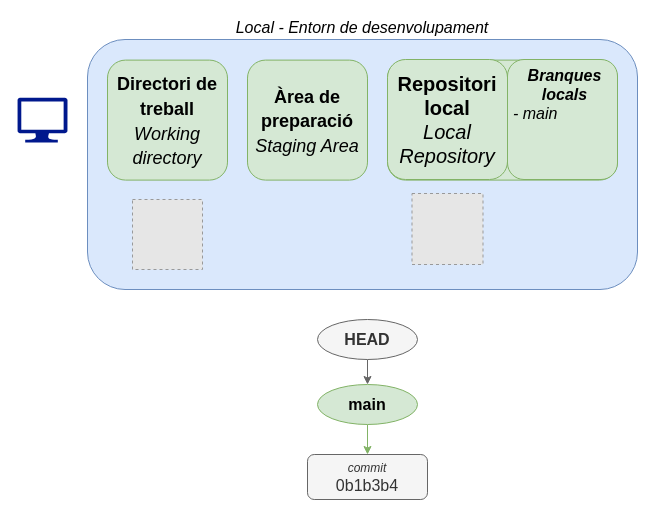
This is docs/apunts/img/branques/branques_inicial.drawio from joapuiib/curs-git, a draw.io file, before an edit. Source tidied: cells renumbered, new cells numbered last; positions are measured from the earlier drawing's top-left corner, leaving out a move shared by most shapes. Both pictures are drawn from the tidied source at 100%, with x=0, y=0 at pixel (17, 39). Pictures stored in the file or linked from it are replaced by grey dashed boxes.
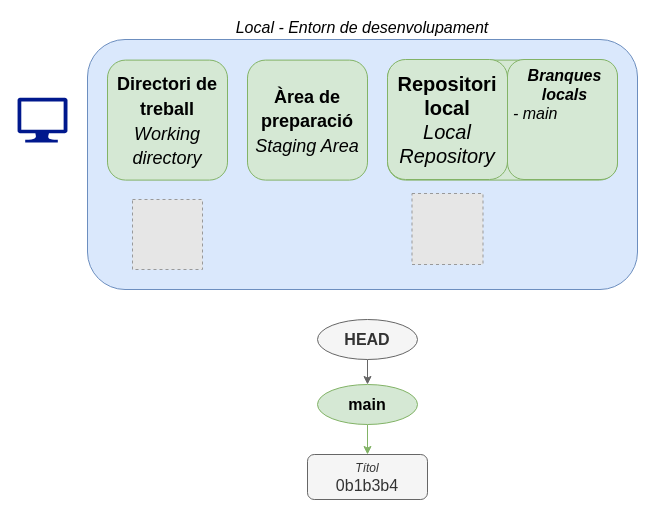
The same page after the edit.

Change to the diagram source:
```diff
@@
 <mxGraphModel>
   <root>
     <mxCell id="0" />
     <mxCell id="1" parent="0" />
     <mxCell id="2" value="&lt;i&gt;Local - Entorn de desenvolupament&lt;/i&gt;" style="rounded=1;whiteSpace=wrap;html=1;verticalAlign=bottom;labelPosition=center;verticalLabelPosition=top;align=center;textDirection=ltr;labelBackgroundColor=none;spacingTop=0;spacing=2;fontSize=16;fillColor=#dae8fc;strokeColor=#6c8ebf;" parent="1" vertex="1">
       <mxGeometry x="70" width="550" height="250" as="geometry" />
     </mxCell>
     <mxCell id="3" style="sketch=0;shadow=0;dashed=0;html=1;strokeColor=none;labelPosition=center;verticalLabelPosition=bottom;verticalAlign=top;align=center;fillColor=#00188D;shape=mxgraph.azure.computer;" parent="1" vertex="1">
       <mxGeometry y="58.1" width="50" height="45" as="geometry" />
     </mxCell>
     <mxCell id="4" style="rounded=1;whiteSpace=wrap;html=1;fontSize=20;fillColor=#d5e8d4;strokeColor=#82b366;" parent="1" vertex="1">
       <mxGeometry x="370" y="20.6" width="230" height="120" as="geometry" />
     </mxCell>
     <mxCell id="5" value="&lt;b&gt;Repositori local&lt;/b&gt;&lt;i&gt;&lt;br&gt;Local Repository&lt;/i&gt;" style="rounded=1;whiteSpace=wrap;html=1;fontSize=20;fillColor=#d5e8d4;strokeColor=#82b366;" parent="1" vertex="1">
       <mxGeometry x="370" y="20" width="120" height="120" as="geometry" />
     </mxCell>
     <mxCell id="6" value="&lt;b style=&quot;border-color: var(--border-color); font-size: 18px;&quot;&gt;Àrea de preparació&lt;/b&gt;&lt;br style=&quot;border-color: var(--border-color); font-size: 18px;&quot;&gt;&lt;i style=&quot;border-color: var(--border-color); font-size: 18px;&quot;&gt;Staging Area&lt;/i&gt;" style="rounded=1;whiteSpace=wrap;html=1;fontSize=20;fillColor=#d5e8d4;strokeColor=#82b366;" parent="1" vertex="1">
       <mxGeometry x="230" y="20.6" width="120" height="120" as="geometry" />
     </mxCell>
     <mxCell id="7" value="&lt;b style=&quot;border-color: var(--border-color); font-size: 18px;&quot;&gt;Directori de treball&lt;/b&gt;&lt;br style=&quot;border-color: var(--border-color); font-size: 18px;&quot;&gt;&lt;i style=&quot;border-color: var(--border-color); font-size: 18px;&quot;&gt;Working directory&lt;/i&gt;" style="rounded=1;whiteSpace=wrap;html=1;fontSize=20;fillColor=#d5e8d4;strokeColor=#82b366;" parent="1" vertex="1">
       <mxGeometry x="90" y="20.6" width="120" height="120" as="geometry" />
     </mxCell>
     <mxCell id="8" style="fillColor=#E6E6E6;strokeColor=#999999;dashed=1;verticalLabelPosition=bottom;verticalAlign=top;" parent="1" vertex="1">
       <mxGeometry x="115" y="160" width="70" height="70" as="geometry" />
     </mxCell>
     <mxCell id="9" style="fillColor=#E6E6E6;strokeColor=#999999;dashed=1;verticalLabelPosition=bottom;verticalAlign=top;" parent="1" vertex="1">
       <mxGeometry x="394.5" y="154" width="71" height="71" as="geometry" />
     </mxCell>
     <mxCell id="10" value="&lt;i style=&quot;&quot;&gt;&lt;b style=&quot;font-size: 16px;&quot;&gt;Branques locals&lt;/b&gt;&lt;br style=&quot;font-size: 16px;&quot;&gt;&lt;div style=&quot;text-align: left;&quot;&gt;&lt;span style=&quot;background-color: initial;&quot;&gt;- main&lt;/span&gt;&lt;br&gt;&lt;/div&gt;&lt;/i&gt;" style="rounded=1;whiteSpace=wrap;html=1;fontSize=16;fillColor=#d5e8d4;strokeColor=#82b366;verticalAlign=top;spacingLeft=5;" parent="1" vertex="1">
       <mxGeometry x="490" y="20" width="110" height="120" as="geometry" />
     </mxCell>
-    <mxCell id="11" value="&lt;div style=&quot;line-height: 100%;&quot;&gt;&lt;font style=&quot;font-size: 12px;&quot;&gt;&lt;i&gt;commit&lt;/i&gt;&lt;/font&gt;&lt;/div&gt;0b1b3b4" style="rounded=1;whiteSpace=wrap;html=1;fontSize=16;fillColor=#f5f5f5;strokeColor=#666666;fontColor=#333333;" parent="1" vertex="1">
+    <mxCell id="11" value="&lt;div style=&quot;line-height: 100%;&quot;&gt;&lt;font style=&quot;font-size: 12px;&quot;&gt;&lt;i&gt;Títol&lt;/i&gt;&lt;/font&gt;&lt;/div&gt;0b1b3b4" style="rounded=1;whiteSpace=wrap;html=1;fontSize=16;fillColor=#f5f5f5;strokeColor=#666666;fontColor=#333333;" parent="1" vertex="1">
       <mxGeometry x="290" y="415" width="120" height="45" as="geometry" />
     </mxCell>
     <mxCell id="12" style="rounded=0;jettySize=auto;html=1;exitX=0.5;exitY=1;exitDx=0;exitDy=0;fillColor=#d5e8d4;strokeColor=#82b366;" parent="1" edge="1" source="13" target="11">
       <mxGeometry relative="1" as="geometry" />
     </mxCell>
     <mxCell id="13" value="main" style="ellipse;whiteSpace=wrap;html=1;fillColor=#d5e8d4;strokeColor=#82b366;fontSize=16;fontStyle=1;" parent="1" vertex="1">
       <mxGeometry x="300" y="345" width="100" height="40" as="geometry" />
     </mxCell>
     <mxCell id="14" style="edgeStyle=orthogonalEdgeStyle;rounded=0;jettySize=auto;html=1;exitX=0.5;exitY=1;exitDx=0;exitDy=0;fillColor=#f5f5f5;strokeColor=#666666;" parent="1" edge="1" source="15" target="13">
       <mxGeometry relative="1" as="geometry" />
     </mxCell>
     <mxCell id="15" value="HEAD" style="ellipse;whiteSpace=wrap;html=1;fillColor=#f5f5f5;strokeColor=#666666;fontSize=16;fontStyle=1;fontColor=#333333;" parent="1" vertex="1">
       <mxGeometry x="300" y="280" width="100" height="40" as="geometry" />
     </mxCell>
   </root>
 </mxGraphModel>
```
